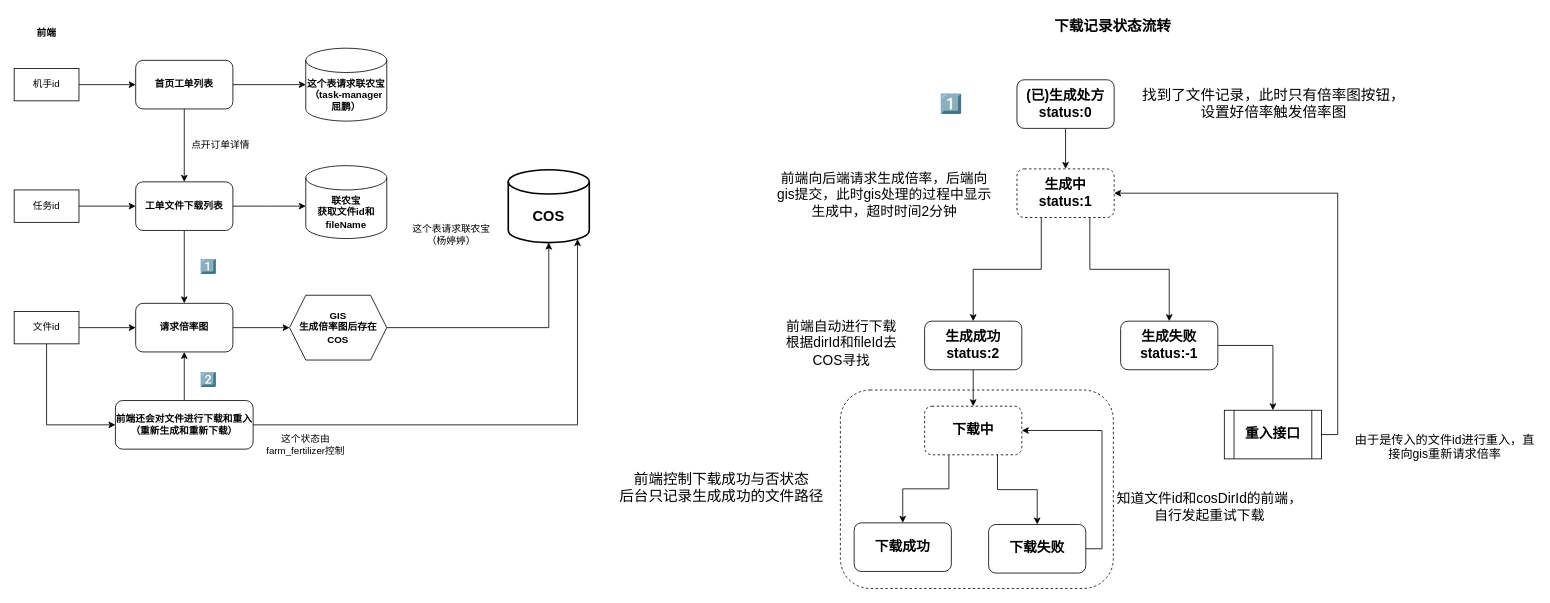
Before: DJ_fertilizer.drawio in RK-JD/DrawIO, a draw.io diagram. Source tidied: cells renumbered, new cells numbered last; positions are measured from the earlier drawing's top-left corner, leaving out a move shared by most shapes. Both pictures are drawn from the tidied source at 81%, with x=0, y=0 at pixel (14, 14).
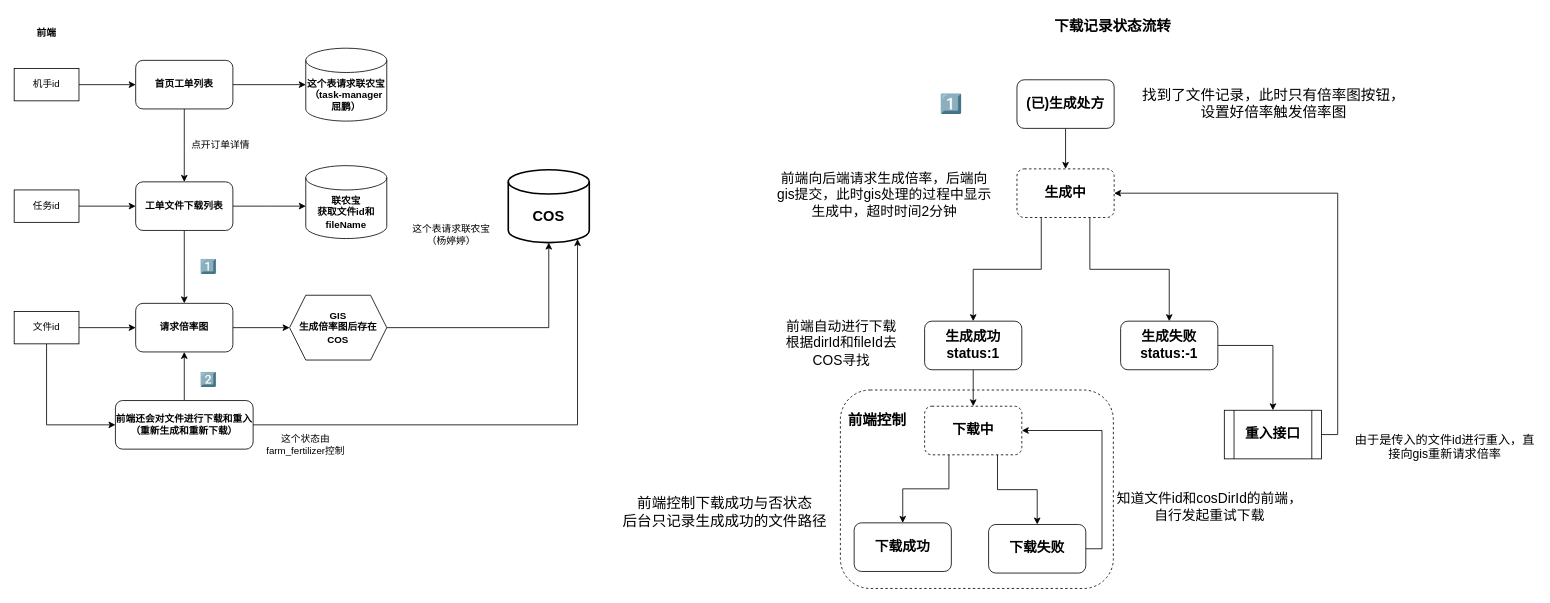
The same diagram, later.

Diff of the diagram source:
```diff
@@
-    <mxCell id="34" value="&lt;font style=&quot;font-size: 17px;&quot;&gt;(已)生成处方&lt;/font&gt;&lt;div&gt;&lt;font style=&quot;font-size: 17px;&quot;&gt;status:0&lt;br&gt;&lt;/font&gt;&lt;/div&gt;" style="rounded=1;whiteSpace=wrap;html=1;fontStyle=1;" parent="1" vertex="1">
+    <mxCell id="34" value="&lt;font style=&quot;font-size: 17px;&quot;&gt;(已)生成处方&lt;/font&gt;" style="rounded=1;whiteSpace=wrap;html=1;fontStyle=1;" parent="1" vertex="1">
       <mxGeometry x="1238" y="81" width="120" height="60" as="geometry" />
     </mxCell>
@@
-    <mxCell id="39" value="&lt;font style=&quot;font-size: 17px;&quot;&gt;生成中&lt;/font&gt;&lt;div&gt;&lt;font style=&quot;font-size: 17px;&quot;&gt;status:1&lt;br&gt;&lt;/font&gt;&lt;/div&gt;" style="rounded=1;whiteSpace=wrap;html=1;fontStyle=1;dashed=1;" parent="1" vertex="1">
+    <mxCell id="39" value="&lt;font style=&quot;font-size: 17px;&quot;&gt;生成中&lt;/font&gt;" style="rounded=1;whiteSpace=wrap;html=1;fontStyle=1;dashed=1;" parent="1" vertex="1">
       <mxGeometry x="1238" y="191" width="120" height="60" as="geometry" />
     </mxCell>
@@
-    <mxCell id="42" value="&lt;font style=&quot;font-size: 17px;&quot;&gt;生成成功&lt;/font&gt;&lt;div&gt;&lt;span style=&quot;font-size: 17px;&quot;&gt;status:2&lt;/span&gt;&lt;/div&gt;" style="rounded=1;whiteSpace=wrap;html=1;fontStyle=1;" parent="1" vertex="1">
+    <mxCell id="42" value="&lt;font style=&quot;font-size: 17px;&quot;&gt;生成成功&lt;/font&gt;&lt;div&gt;&lt;span style=&quot;font-size: 17px;&quot;&gt;status:1&lt;/span&gt;&lt;/div&gt;" style="rounded=1;whiteSpace=wrap;html=1;fontStyle=1;" parent="1" vertex="1">
       <mxGeometry x="1124" y="379" width="120" height="60" as="geometry" />
     </mxCell>
@@
     <mxCell id="56" value="&lt;font style=&quot;font-size: 18px;&quot;&gt;前端控制下载成功与否状态&lt;/font&gt;&lt;div&gt;&lt;font style=&quot;font-size: 18px;&quot;&gt;后台只记录生成成功的文件路径&lt;/font&gt;&lt;/div&gt;" style="text;html=1;align=center;verticalAlign=middle;strokeColor=none;fillColor=none;" parent="1" vertex="1">
-      <mxGeometry x="738" y="557" width="270" height="55" as="geometry" />
+      <mxGeometry x="742" y="587" width="270" height="55" as="geometry" />
     </mxCell>
+    <mxCell id="57" value="&lt;span style=&quot;font-size: 18px;&quot;&gt;前端控制&lt;/span&gt;" style="text;html=1;align=center;verticalAlign=middle;strokeColor=none;fillColor=none;fontStyle=1;" parent="1" vertex="1">
+      <mxGeometry x="1020" y="485" width="90" height="34" as="geometry" />
+    </mxCell>
```
